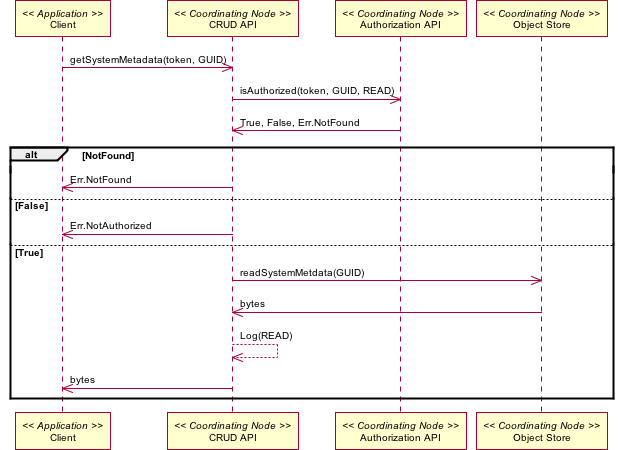
The PlantUML diagram source/UseCases/images/37_interaction.png in datadavev/DataONE_architecture, before a commit. The source it was exported from:
```plantuml
@startuml images/37_interaction.png
skinparam activityFontColor black
skinparam activityFontSize 10
skinparam activityFontName arial
skinparam activityArrowFontColor black
skinparam activityArrowFontSize 10
skinparam activityArrowFontName arial
skinparam classArrowFontColor black
skinparam classArrowFontSize 10
skinparam classArrowFontName arial
skinparam classAttributeFontColor black
skinparam classAttributeFontSize 10
skinparam classAttributeFontName arial
skinparam classFontColor black
skinparam classFontSize 10
skinparam classFontName arial
skinparam componentFontColor black
skinparam componentFontSize 10
skinparam componentFontName arial
skinparam componentArrowFontColor black
skinparam componentArrowFontSize 10
skinparam componentArrowFontName arial
skinparam noteFontColor black
skinparam noteFontSize 10
skinparam noteFontName arial
skinparam packageFontColor black
skinparam packageFontSize 10
skinparam packageFontName arial
skinparam sequenceActorFontColor black
skinparam sequenceActorFontSize 10
skinparam sequenceActorFontName arial
skinparam sequenceArrowFontColor black
skinparam sequenceArrowFontSize 10
skinparam sequenceArrowFontName arial
skinparam sequenceGroupingFontColor black
skinparam sequenceGroupingFontSize 10
skinparam sequenceGroupingFontName arial
skinparam sequenceGroupingHeaderFontColor black
skinparam sequenceGroupingHeaderFontSize 10
skinparam sequenceGroupingHeaderFontName arial
skinparam sequenceParticipantFontColor black
skinparam sequenceParticipantFontSize 10
skinparam sequenceParticipantFontName arial
skinparam sequenceTitleFontColor black
skinparam sequenceTitleFontSize 10
skinparam sequenceTitleFontName arial
skinparam titleFontColor black
skinparam titleFontSize 10
skinparam titleFontName arial
skinparam usecaseFontColor black
skinparam usecaseFontSize 10
skinparam usecaseFontName arial
skinparam usecaseActorFontColor black
skinparam usecaseActorFontSize 10
skinparam usecaseActorFontName arial
skinparam usecaseArrowFontColor black
skinparam usecaseArrowFontSize 10
skinparam usecaseArrowFontName arial
participant "Client" as app_client << Application >>
participant "CRUD API" as n_crud << Coordinating Node >>
participant "Authorization API" as n_authorize << Coordinating Node >>
participant "Object Store" as n_ostore << Coordinating Node >>
app_client -> n_crud: getSystemMetadata(token, GUID)
n_crud -> n_authorize: isAuthorized(token, GUID, READ)
n_crud <- n_authorize: True, False, Err.NotFound
alt NotFound
app_client <- n_crud: Err.NotFound
else False
app_client <- n_crud: Err.NotAuthorized
else True
n_crud -> n_ostore: readSystemMetdata(GUID)
n_crud <- n_ostore: bytes
n_crud --> n_crud: Log(READ)
app_client <- n_crud: bytes
end
@enduml
```
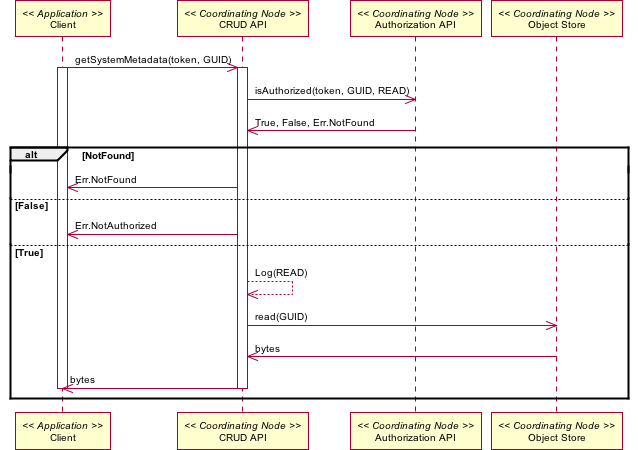
The same file after the commit.

The edit, as a diff of the source:
```diff
@@ -61,6 +61,8 @@
 participant "Authorization API" as n_authorize << Coordinating Node >>
 participant "Object Store" as n_ostore << Coordinating Node >>
 app_client -> n_crud: getSystemMetadata(token, GUID)
+activate app_client
+activate n_crud
 n_crud -> n_authorize: isAuthorized(token, GUID, READ)
 n_crud <- n_authorize: True, False, Err.NotFound
 alt NotFound
@@ -68,9 +70,11 @@
 else False
 app_client <- n_crud: Err.NotAuthorized
 else True
-n_crud -> n_ostore: readSystemMetdata(GUID)
+n_crud --> n_crud: Log(READ)
+n_crud -> n_ostore: read(GUID)
 n_crud <- n_ostore: bytes
-n_crud --> n_crud: Log(READ)
 app_client <- n_crud: bytes
+deactivate n_crud
 end
+deactivate app_client
 @enduml
```
